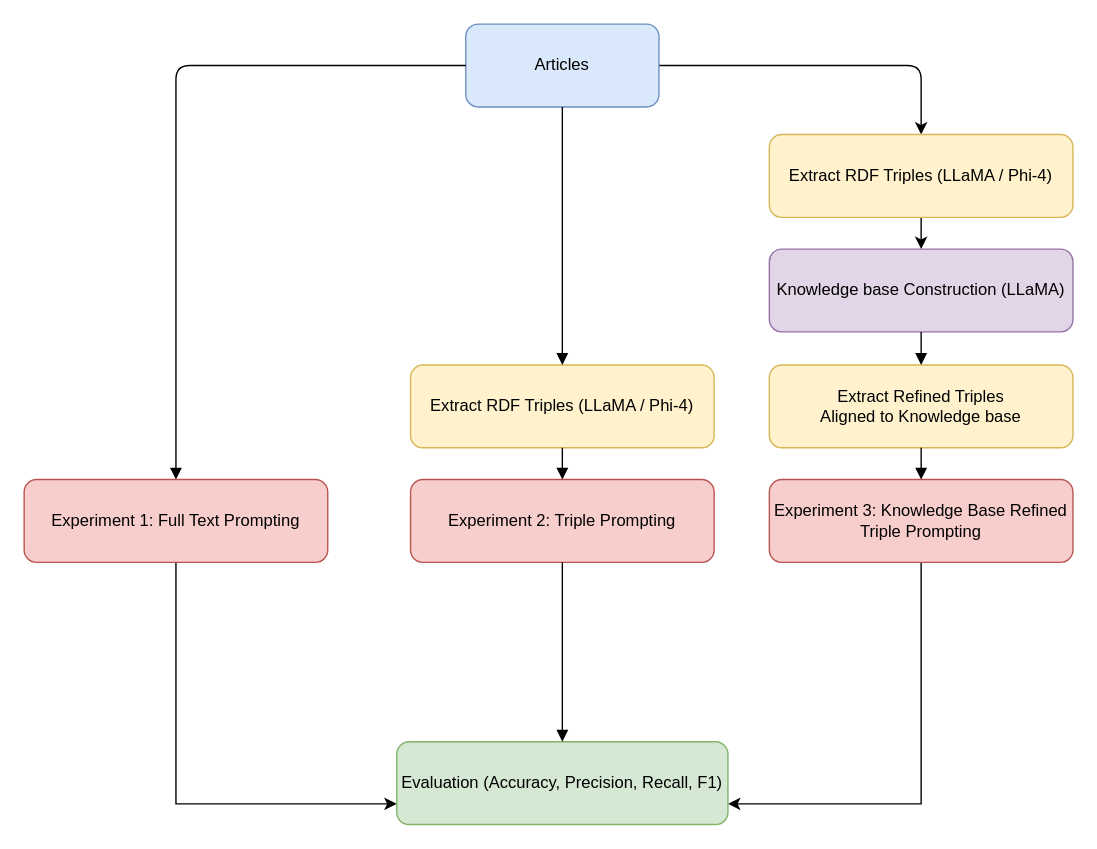
This is rq1.drawio from avhou/IM9506-AF, a draw.io file, before an edit. Source tidied: cells renumbered, new cells numbered last; positions are measured from the earlier drawing's top-left corner, leaving out a move shared by most shapes. Both pictures are drawn from the tidied source at 138%, with x=0, y=0 at pixel (23, 23).
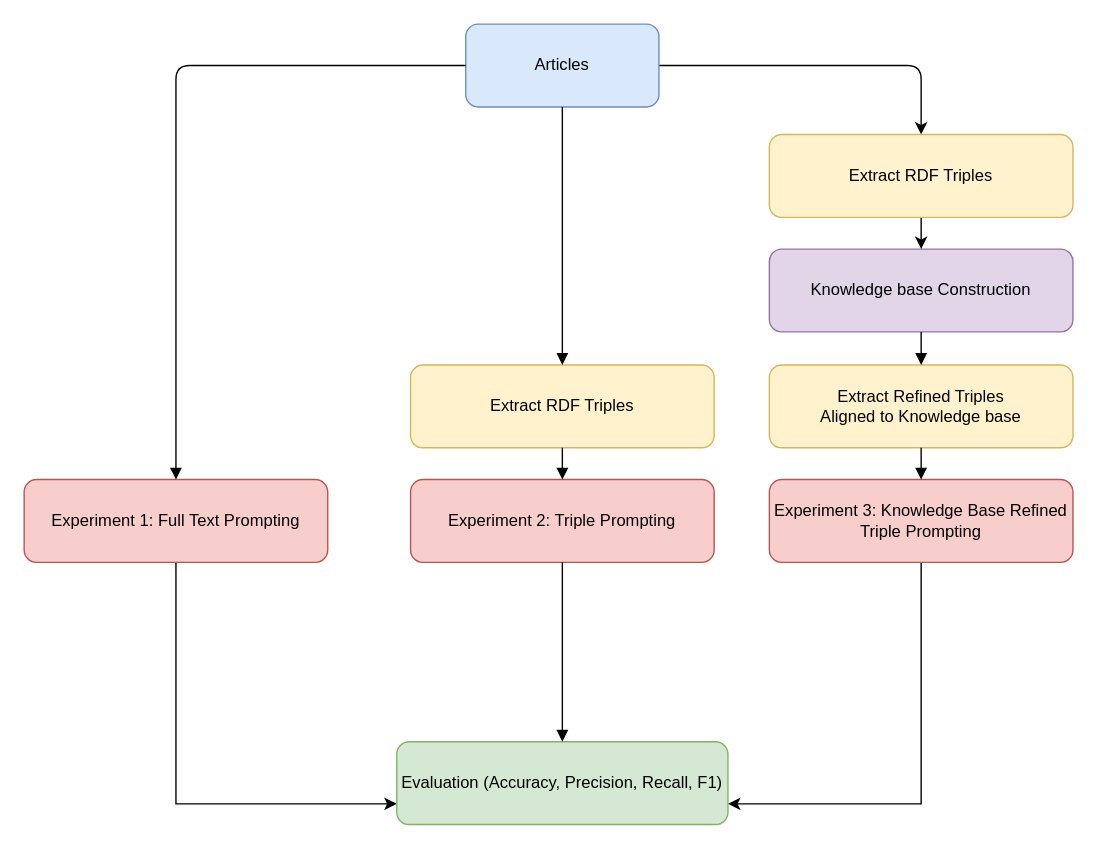
The same diagram, later.

Commit message:
verwijderen namen modellen

Diff of the diagram source:
```diff
@@
-    <mxCell id="7" value="Extract RDF Triples (LLaMA / Phi-4)" style="shape=rectangle;whiteSpace=wrap;rounded=1;fillColor=#fff2cc;strokeColor=#d6b656;" parent="1" vertex="1">
+    <mxCell id="7" value="Extract RDF Triples" style="shape=rectangle;whiteSpace=wrap;rounded=1;fillColor=#fff2cc;strokeColor=#d6b656;" parent="1" vertex="1">
       <mxGeometry x="280" y="247" width="220" height="60" as="geometry" />
     </mxCell>
@@
-    <mxCell id="11" value="Knowledge base Construction (LLaMA)" style="shape=rectangle;whiteSpace=wrap;rounded=1;fillColor=#e1d5e7;strokeColor=#9673a6;" parent="1" vertex="1">
+    <mxCell id="11" value="Knowledge base Construction" style="shape=rectangle;whiteSpace=wrap;rounded=1;fillColor=#e1d5e7;strokeColor=#9673a6;" parent="1" vertex="1">
       <mxGeometry x="540" y="163" width="220" height="60" as="geometry" />
     </mxCell>
@@
-    <mxCell id="20" value="Extract RDF Triples (LLaMA / Phi-4)" style="shape=rectangle;whiteSpace=wrap;rounded=1;fillColor=#fff2cc;strokeColor=#d6b656;" parent="1" vertex="1">
+    <mxCell id="20" value="Extract RDF Triples" style="shape=rectangle;whiteSpace=wrap;rounded=1;fillColor=#fff2cc;strokeColor=#d6b656;" parent="1" vertex="1">
       <mxGeometry x="540" y="80" width="220" height="60" as="geometry" />
     </mxCell>
```
